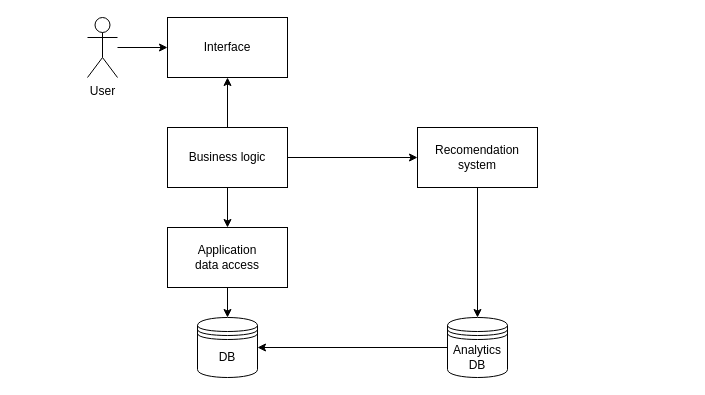
This is docs/img/components.drawio from Holodome/maweituo, a draw.io file, before an edit. Source tidied: cells renumbered, new cells numbered last; positions are measured from the earlier drawing's top-left corner, leaving out a move shared by most shapes. Both pictures are drawn from the tidied source at 100%, with x=0, y=0 at pixel (87, 17).
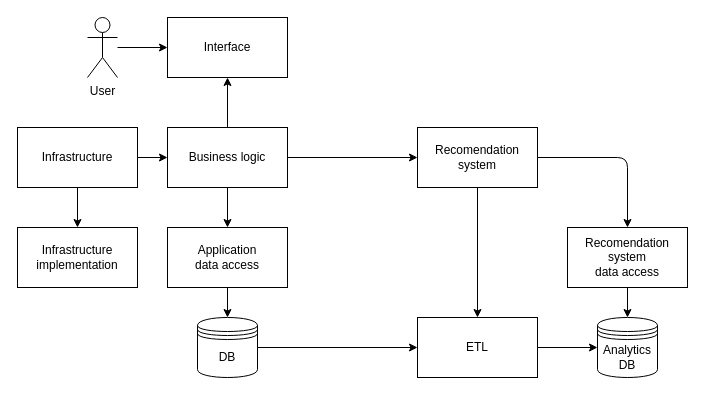
The same diagram, later.

The change refers to these unchanged cells:
```xml
<mxCell id="2" value="DB" style="shape=datastore;whiteSpace=wrap;html=1;" parent="1" vertex="1">
  <mxGeometry x="110" y="300" width="60" height="60" as="geometry" />
</mxCell>
<mxCell id="8" value="Recomendation system" style="rounded=0;whiteSpace=wrap;html=1;" parent="1" vertex="1">
  <mxGeometry x="330" y="110" width="120" height="60" as="geometry" />
</mxCell>
<mxCell id="12" value="Business logic" style="rounded=0;whiteSpace=wrap;html=1;" parent="1" vertex="1">
  <mxGeometry x="80" y="110" width="120" height="60" as="geometry" />
</mxCell>
```

The edit, as a diff of the source:
```diff
@@
+    <mxCell id="16" style="edgeStyle=orthogonalEdgeStyle;html=1;exitX=1;exitY=0.5;exitDx=0;exitDy=0;entryX=0;entryY=0.5;entryDx=0;entryDy=0;" parent="1" edge="1" source="2" target="20">
+      <mxGeometry relative="1" as="geometry" />
+    </mxCell>
@@
-    <mxCell id="3" style="edgeStyle=none;html=1;exitX=0;exitY=0.5;exitDx=0;exitDy=0;entryX=1;entryY=0.5;entryDx=0;entryDy=0;" parent="1" edge="1" source="4" target="2">
-      <mxGeometry relative="1" as="geometry" />
-    </mxCell>
     <mxCell id="4" value="Analytics&lt;br&gt;DB" style="shape=datastore;whiteSpace=wrap;html=1;" parent="1" vertex="1">
-      <mxGeometry x="360" y="300" width="60" height="60" as="geometry" />
+      <mxGeometry x="510" y="300" width="60" height="60" as="geometry" />
     </mxCell>
@@
-    <mxCell id="7" style="edgeStyle=none;html=1;exitX=0.5;exitY=1;exitDx=0;exitDy=0;entryX=0.5;entryY=0;entryDx=0;entryDy=0;" parent="1" edge="1" source="8" target="4">
-      <mxGeometry relative="1" as="geometry" />
-    </mxCell>
+    <mxCell id="17" style="edgeStyle=none;html=1;exitX=0.5;exitY=1;exitDx=0;exitDy=0;entryX=0.5;entryY=0;entryDx=0;entryDy=0;" parent="1" edge="1" source="8" target="20">
+      <mxGeometry relative="1" as="geometry" />
+    </mxCell>
+    <mxCell id="18" style="edgeStyle=orthogonalEdgeStyle;html=1;exitX=1;exitY=0.5;exitDx=0;exitDy=0;" parent="1" edge="1" source="8" target="26">
+      <mxGeometry relative="1" as="geometry" />
+    </mxCell>
@@
+    <mxCell id="19" style="edgeStyle=orthogonalEdgeStyle;html=1;exitX=1;exitY=0.5;exitDx=0;exitDy=0;entryX=0;entryY=0.5;entryDx=0;entryDy=0;" parent="1" edge="1" source="20" target="4">
+      <mxGeometry relative="1" as="geometry" />
+    </mxCell>
+    <mxCell id="20" value="ETL" style="rounded=0;whiteSpace=wrap;html=1;" parent="1" vertex="1">
+      <mxGeometry x="330" y="300" width="120" height="60" as="geometry" />
+    </mxCell>
+    <mxCell id="21" style="edgeStyle=orthogonalEdgeStyle;html=1;exitX=1;exitY=0.5;exitDx=0;exitDy=0;entryX=0;entryY=0.5;entryDx=0;entryDy=0;" parent="1" edge="1" source="23" target="12">
+      <mxGeometry relative="1" as="geometry" />
+    </mxCell>
+    <mxCell id="22" style="edgeStyle=orthogonalEdgeStyle;html=1;exitX=0.5;exitY=1;exitDx=0;exitDy=0;" parent="1" edge="1" source="23" target="24">
+      <mxGeometry relative="1" as="geometry" />
+    </mxCell>
+    <mxCell id="23" value="Infrastructure" style="rounded=0;whiteSpace=wrap;html=1;" parent="1" vertex="1">
+      <mxGeometry x="-70" y="110" width="120" height="60" as="geometry" />
+    </mxCell>
+    <mxCell id="24" value="Infrastructure&lt;br&gt;implementation" style="rounded=0;whiteSpace=wrap;html=1;" parent="1" vertex="1">
+      <mxGeometry x="-70" y="210" width="120" height="60" as="geometry" />
+    </mxCell>
+    <mxCell id="25" style="edgeStyle=orthogonalEdgeStyle;html=1;exitX=0.5;exitY=1;exitDx=0;exitDy=0;entryX=0.5;entryY=0;entryDx=0;entryDy=0;" parent="1" edge="1" source="26" target="4">
+      <mxGeometry relative="1" as="geometry" />
+    </mxCell>
+    <mxCell id="26" value="Recomendation system&lt;br&gt;data access" style="rounded=0;whiteSpace=wrap;html=1;" parent="1" vertex="1">
+      <mxGeometry x="480" y="210" width="120" height="60" as="geometry" />
+    </mxCell>
```
